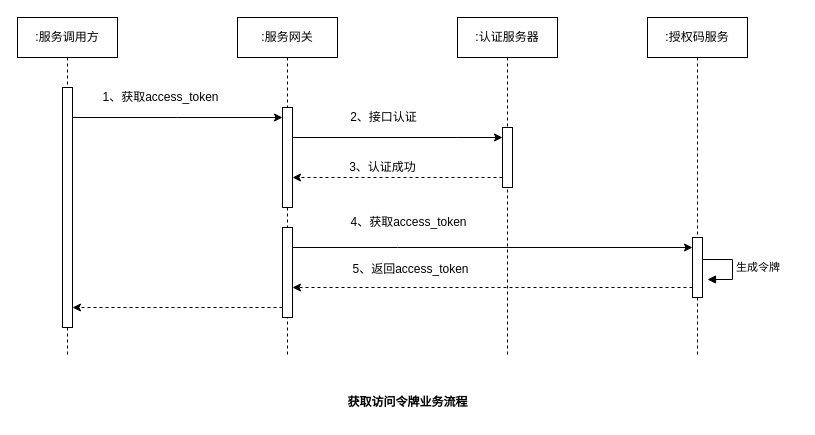
This is page "20220826174005" (1 of 4) of src/main/work/wyjz/design/service/directory/db_design_20220831.drawio from ab-doc/draw.io, a draw.io file, before an edit. Source tidied: cells renumbered, new cells numbered last; positions are measured from the earlier drawing's top-left corner, leaving out a move shared by most shapes. Both pictures are drawn from the tidied source at 100%, with x=0, y=0 at pixel (17, 17).
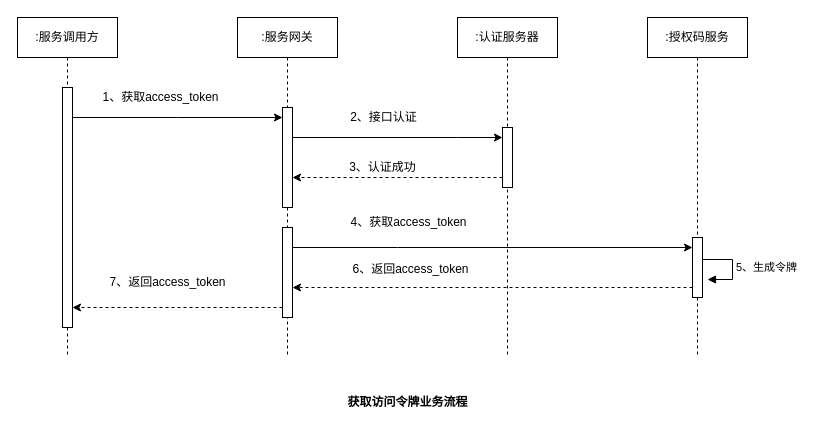
Above is the later version.

The change refers to these unchanged cells:
```xml
<mxCell id="2" value=":授权码服务" style="shape=umlLifeline;perimeter=lifelinePerimeter;whiteSpace=wrap;html=1;" parent="1" vertex="1">
  <mxGeometry x="630" width="100" height="340" as="geometry" />
</mxCell>
```

What changed in the source:
```diff
@@
-    <mxCell id="4" value="生成令牌" style="edgeStyle=orthogonalEdgeStyle;html=1;align=left;spacingLeft=2;endArrow=block;rounded=0;entryX=1;entryY=0;" parent="2" edge="1">
+    <mxCell id="4" value="5、生成令牌" style="edgeStyle=orthogonalEdgeStyle;html=1;align=left;spacingLeft=2;endArrow=block;rounded=0;entryX=1;entryY=0;" parent="2" edge="1">
       <mxGeometry relative="1" as="geometry">
         <mxPoint x="55" y="242" as="sourcePoint" />
         <mxPoint x="60" y="262" as="targetPoint" />
         <Array as="points">
           <mxPoint x="85" y="242" />
         </Array>
       </mxGeometry>
     </mxCell>
@@
-    <mxCell id="24" value="5、返回access_token" style="text;html=1;align=center;verticalAlign=middle;strokeColor=none;fillColor=none;" parent="1" vertex="1">
+    <mxCell id="24" value="6、返回access_token" style="text;html=1;align=center;verticalAlign=middle;strokeColor=none;fillColor=none;" parent="1" vertex="1">
       <mxGeometry x="323" y="237" width="140" height="30" as="geometry" />
     </mxCell>
@@
+    <mxCell id="26" value="7、返回access_token" style="text;html=1;align=center;verticalAlign=middle;strokeColor=none;fillColor=none;" parent="1" vertex="1">
+      <mxGeometry x="80" y="250" width="140" height="30" as="geometry" />
+    </mxCell>
```
